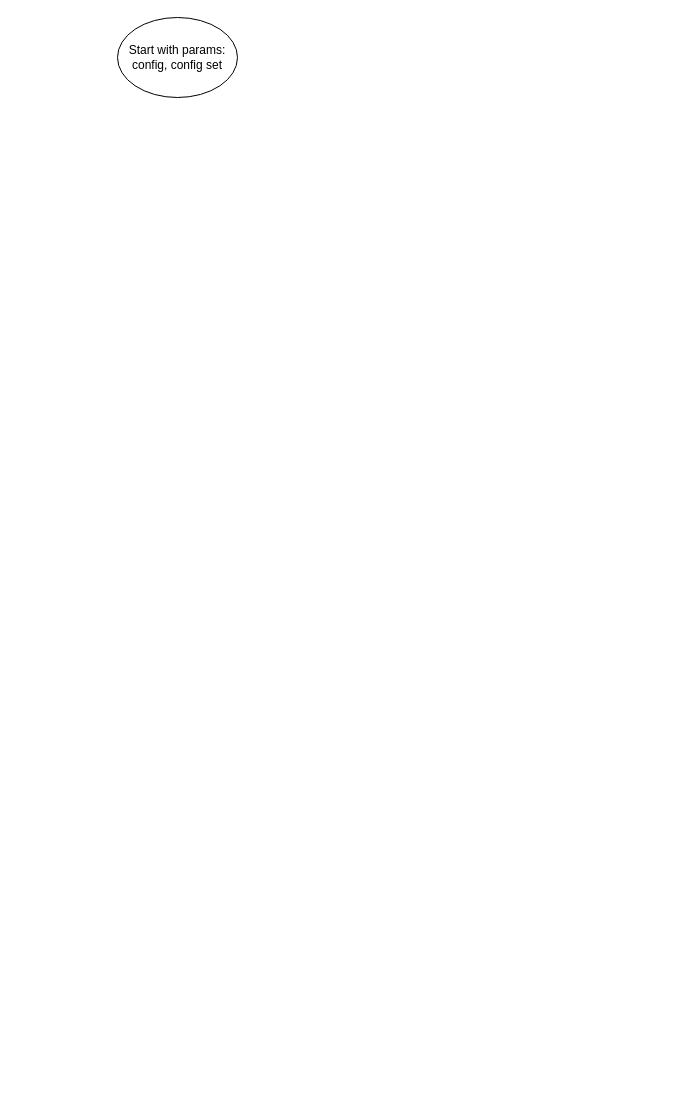
Above: page "Crowding Distance" (7 of 7) of scheme/Orchestrator.drawio in R-a-d-u/PSATSimSimulation (draw.io), before the change. Source tidied: cells renumbered, new cells numbered last; positions are measured from the earlier drawing's top-left corner, leaving out a move shared by most shapes. Both pictures are drawn from the tidied source at 100%, with x=0, y=0 at pixel (117, 17).
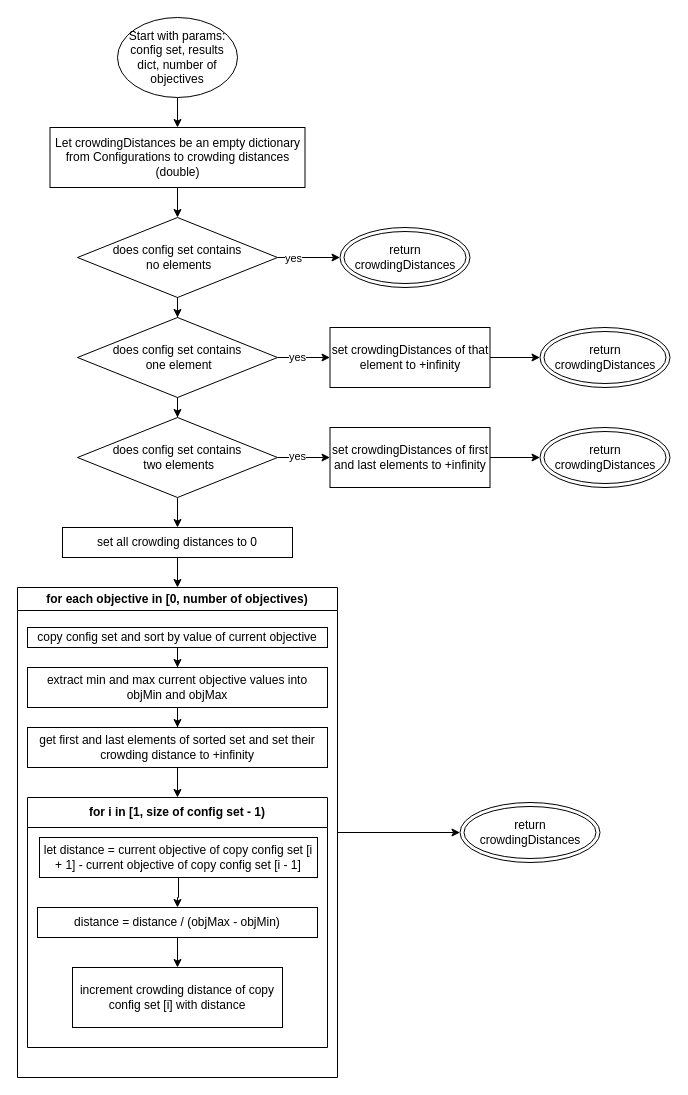
After the change.

Commit message (it also covers changes not shown here):
diagram for crowding distances

What changed in the source:
```diff
@@
+    <mxCell id="3" style="edgeStyle=orthogonalEdgeStyle;rounded=0;jettySize=auto;html=1;" parent="1" edge="1" source="2" target="5">
+      <mxGeometry relative="1" as="geometry" />
+    </mxCell>
-    <mxCell id="2" value="Start with params: config, config set" style="ellipse;whiteSpace=wrap;html=1;" parent="1" vertex="1">
+    <mxCell id="2" value="Start with params: config set, results dict, number of objectives" style="ellipse;whiteSpace=wrap;html=1;" parent="1" vertex="1">
       <mxGeometry width="120" height="80" as="geometry" />
     </mxCell>
+    <mxCell id="4" style="edgeStyle=orthogonalEdgeStyle;rounded=0;jettySize=auto;html=1;" parent="1" edge="1" source="5" target="9">
+      <mxGeometry relative="1" as="geometry" />
+    </mxCell>
+    <mxCell id="5" value="Let crowdingDistances be an empty dictionary from Configurations to crowding distances (double)" style="rounded=0;whiteSpace=wrap;html=1;" parent="1" vertex="1">
+      <mxGeometry x="-67.5" y="110" width="255" height="60" as="geometry" />
+    </mxCell>
+    <mxCell id="6" style="edgeStyle=orthogonalEdgeStyle;rounded=0;jettySize=auto;html=1;" parent="1" edge="1" source="9" target="10">
+      <mxGeometry relative="1" as="geometry" />
+    </mxCell>
+    <mxCell id="7" value="yes" style="edgeLabel;html=1;align=center;verticalAlign=middle;" parent="6" vertex="1">
+      <mxGeometry x="-0.51" relative="1" as="geometry" />
+    </mxCell>
+    <mxCell id="8" style="edgeStyle=orthogonalEdgeStyle;rounded=0;jettySize=auto;html=1;" parent="1" edge="1" source="9" target="14">
+      <mxGeometry relative="1" as="geometry" />
+    </mxCell>
+    <mxCell id="9" value="does config set contains&lt;div&gt;&amp;nbsp;no elements&lt;/div&gt;" style="rhombus;whiteSpace=wrap;html=1;" parent="1" vertex="1">
+      <mxGeometry x="-40" y="200" width="200" height="80" as="geometry" />
+    </mxCell>
+    <mxCell id="10" value="return crowdingDistances" style="ellipse;shape=doubleEllipse;whiteSpace=wrap;html=1;" parent="1" vertex="1">
+      <mxGeometry x="222.5" y="210" width="130" height="60" as="geometry" />
+    </mxCell>
+    <mxCell id="11" style="edgeStyle=orthogonalEdgeStyle;rounded=0;jettySize=auto;html=1;" parent="1" edge="1" source="14" target="16">
+      <mxGeometry relative="1" as="geometry" />
+    </mxCell>
+    <mxCell id="12" value="yes" style="edgeLabel;html=1;align=center;verticalAlign=middle;" parent="11" vertex="1">
+      <mxGeometry x="-0.29" y="1" relative="1" as="geometry" />
+    </mxCell>
+    <mxCell id="13" style="edgeStyle=orthogonalEdgeStyle;rounded=0;jettySize=auto;html=1;" parent="1" edge="1" source="14" target="21">
+      <mxGeometry relative="1" as="geometry" />
+    </mxCell>
+    <mxCell id="14" value="does config set contains&lt;div&gt;&amp;nbsp;one element&lt;/div&gt;" style="rhombus;whiteSpace=wrap;html=1;" parent="1" vertex="1">
+      <mxGeometry x="-40" y="300" width="200" height="80" as="geometry" />
+    </mxCell>
+    <mxCell id="15" style="edgeStyle=orthogonalEdgeStyle;rounded=0;jettySize=auto;html=1;" parent="1" edge="1" source="16" target="17">
+      <mxGeometry relative="1" as="geometry" />
+    </mxCell>
+    <mxCell id="16" value="set crowdingDistances of that element to +infinity" style="rounded=0;whiteSpace=wrap;html=1;" parent="1" vertex="1">
+      <mxGeometry x="212.5" y="310" width="160" height="60" as="geometry" />
+    </mxCell>
+    <mxCell id="17" value="return crowdingDistances" style="ellipse;shape=doubleEllipse;whiteSpace=wrap;html=1;" parent="1" vertex="1">
+      <mxGeometry x="422.5" y="310" width="130" height="60" as="geometry" />
+    </mxCell>
+    <mxCell id="18" style="edgeStyle=orthogonalEdgeStyle;rounded=0;jettySize=auto;html=1;" parent="1" edge="1" source="21" target="23">
+      <mxGeometry relative="1" as="geometry" />
+    </mxCell>
+    <mxCell id="19" value="yes" style="edgeLabel;html=1;align=center;verticalAlign=middle;" parent="18" vertex="1">
+      <mxGeometry x="-0.26" y="2" relative="1" as="geometry" />
+    </mxCell>
+    <mxCell id="20" style="edgeStyle=orthogonalEdgeStyle;rounded=0;jettySize=auto;html=1;" parent="1" edge="1" source="21" target="26">
+      <mxGeometry relative="1" as="geometry" />
+    </mxCell>
+    <mxCell id="21" value="does config set contains&lt;div&gt;&amp;nbsp;two elements&lt;/div&gt;" style="rhombus;whiteSpace=wrap;html=1;" parent="1" vertex="1">
+      <mxGeometry x="-40" y="400" width="200" height="80" as="geometry" />
+    </mxCell>
+    <mxCell id="22" style="edgeStyle=orthogonalEdgeStyle;rounded=0;jettySize=auto;html=1;" parent="1" edge="1" source="23" target="24">
+      <mxGeometry relative="1" as="geometry" />
+    </mxCell>
+    <mxCell id="23" value="set crowdingDistances of first and last elements to +infinity" style="rounded=0;whiteSpace=wrap;html=1;" parent="1" vertex="1">
+      <mxGeometry x="212.5" y="410" width="160" height="60" as="geometry" />
+    </mxCell>
+    <mxCell id="24" value="return crowdingDistances" style="ellipse;shape=doubleEllipse;whiteSpace=wrap;html=1;" parent="1" vertex="1">
+      <mxGeometry x="422.5" y="410" width="130" height="60" as="geometry" />
+    </mxCell>
+    <mxCell id="25" style="edgeStyle=orthogonalEdgeStyle;rounded=0;jettySize=auto;html=1;entryX=0.5;entryY=0;entryDx=0;entryDy=0;" parent="1" edge="1" source="26" target="28">
+      <mxGeometry relative="1" as="geometry" />
+    </mxCell>
+    <mxCell id="26" value="set all crowding distances to 0" style="rounded=0;whiteSpace=wrap;html=1;" parent="1" vertex="1">
+      <mxGeometry x="-55" y="510" width="230" height="30" as="geometry" />
+    </mxCell>
+    <mxCell id="27" style="edgeStyle=orthogonalEdgeStyle;rounded=0;jettySize=auto;html=1;" parent="1" edge="1" source="28" target="41">
+      <mxGeometry relative="1" as="geometry" />
+    </mxCell>
+    <mxCell id="28" value="for each objective in [0, number of objectives)" style="swimlane;whiteSpace=wrap;html=1;" parent="1" vertex="1">
+      <mxGeometry x="-100" y="570" width="320" height="490" as="geometry" />
+    </mxCell>
+    <mxCell id="29" style="edgeStyle=orthogonalEdgeStyle;rounded=0;jettySize=auto;html=1;entryX=0.5;entryY=0;entryDx=0;entryDy=0;" parent="28" edge="1" source="30" target="32">
+      <mxGeometry relative="1" as="geometry" />
+    </mxCell>
+    <mxCell id="30" value="copy config set and sort by value of current objective" style="rounded=0;whiteSpace=wrap;html=1;" parent="28" vertex="1">
+      <mxGeometry x="10" y="40" width="300" height="20" as="geometry" />
+    </mxCell>
+    <mxCell id="31" style="edgeStyle=orthogonalEdgeStyle;rounded=0;jettySize=auto;html=1;entryX=0.5;entryY=0;entryDx=0;entryDy=0;" parent="28" edge="1" source="32" target="34">
+      <mxGeometry relative="1" as="geometry" />
+    </mxCell>
+    <mxCell id="32" value="extract min and max current objective values into objMin and objMax" style="rounded=0;whiteSpace=wrap;html=1;" parent="28" vertex="1">
+      <mxGeometry x="10" y="80" width="300" height="40" as="geometry" />
+    </mxCell>
+    <mxCell id="33" style="edgeStyle=orthogonalEdgeStyle;rounded=0;jettySize=auto;html=1;entryX=0.5;entryY=0;entryDx=0;entryDy=0;" parent="28" edge="1" source="34" target="35">
+      <mxGeometry relative="1" as="geometry" />
+    </mxCell>
+    <mxCell id="34" value="get first and last elements of sorted set and set their crowding distance to +infinity" style="rounded=0;whiteSpace=wrap;html=1;" parent="28" vertex="1">
+      <mxGeometry x="10" y="140" width="300" height="40" as="geometry" />
+    </mxCell>
+    <mxCell id="35" value="for i in [1, size of config set - 1)" style="swimlane;whiteSpace=wrap;html=1;startSize=30;" parent="28" vertex="1">
+      <mxGeometry x="10" y="210" width="300" height="250" as="geometry" />
+    </mxCell>
+    <mxCell id="36" style="edgeStyle=orthogonalEdgeStyle;rounded=0;jettySize=auto;html=1;" parent="35" edge="1" source="37" target="39">
+      <mxGeometry relative="1" as="geometry" />
+    </mxCell>
+    <mxCell id="37" value="let distance = current objective of copy config set [i + 1] - current objective of copy config set [i - 1]" style="rounded=0;whiteSpace=wrap;html=1;" parent="35" vertex="1">
+      <mxGeometry x="12" y="40" width="278" height="40" as="geometry" />
+    </mxCell>
+    <mxCell id="38" style="edgeStyle=orthogonalEdgeStyle;rounded=0;jettySize=auto;html=1;" parent="35" edge="1" source="39" target="40">
+      <mxGeometry relative="1" as="geometry" />
+    </mxCell>
+    <mxCell id="39" value="distance = distance / (objMax - objMin)" style="rounded=0;whiteSpace=wrap;html=1;" parent="35" vertex="1">
+      <mxGeometry x="10" y="110" width="280" height="30" as="geometry" />
+    </mxCell>
+    <mxCell id="40" value="increment crowding distance of copy config set [i] with distance" style="rounded=0;whiteSpace=wrap;html=1;" parent="35" vertex="1">
+      <mxGeometry x="45" y="170" width="210" height="60" as="geometry" />
+    </mxCell>
+    <mxCell id="41" value="return crowdingDistances" style="ellipse;shape=doubleEllipse;whiteSpace=wrap;html=1;" parent="1" vertex="1">
+      <mxGeometry x="342.5" y="785" width="140" height="60" as="geometry" />
+    </mxCell>
```
